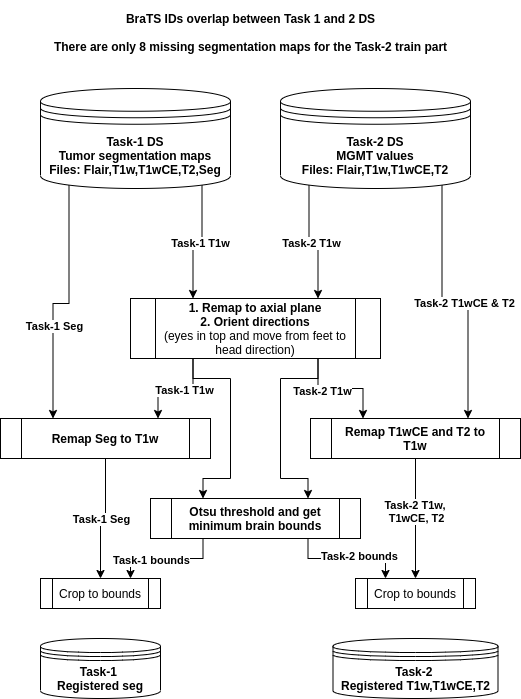
This is media/registering_process.png from jpjuvo/RSNA-MICCAI-Brain-Tumor-Classification, a draw.io export, as it was before one commit. Source tidied: cells renumbered, new cells last; positions are measured from the earlier drawing's top-left corner, leaving out a move shared by most shapes.
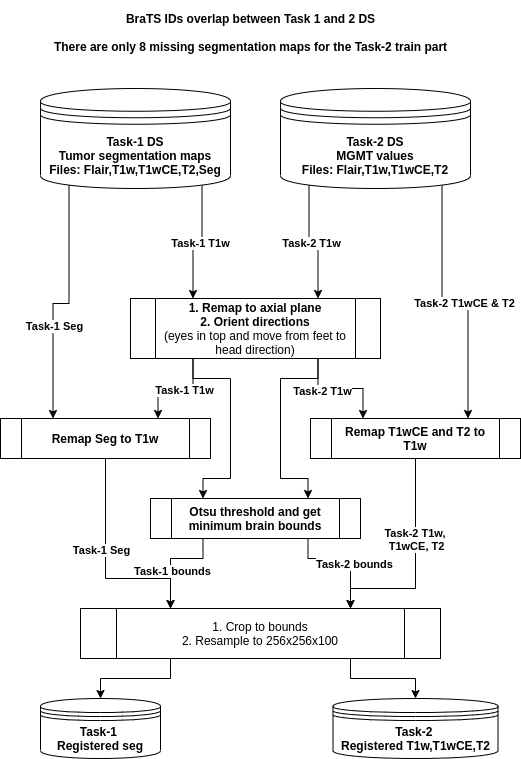
The same diagram one commit later.

Commit message:
Fixed registering process diagram

The edit, as a diff of the source:
```diff
@@ -64,8 +64,13 @@
     <mxCell id="17" value="&lt;b&gt;1. Remap to axial plane&lt;br&gt;2. Orient directions&lt;/b&gt;&lt;br&gt;(eyes in top and move from feet to head direction)" style="shape=process;whiteSpace=wrap;html=1;backgroundOutline=1;" parent="1" vertex="1">
       <mxGeometry x="130" y="290" width="250" height="60" as="geometry" />
     </mxCell>
-    <mxCell id="18" style="edgeStyle=orthogonalEdgeStyle;rounded=0;jettySize=auto;html=1;exitX=0.5;exitY=1;exitDx=0;exitDy=0;" parent="1" edge="1" source="20" target="29">
-      <mxGeometry relative="1" as="geometry" />
+    <mxCell id="18" style="edgeStyle=orthogonalEdgeStyle;rounded=0;jettySize=auto;html=1;exitX=0.5;exitY=1;exitDx=0;exitDy=0;entryX=0.25;entryY=0;entryDx=0;entryDy=0;" parent="1" edge="1" source="20" target="29">
+      <mxGeometry relative="1" as="geometry">
+        <Array as="points">
+          <mxPoint x="105" y="570" />
+          <mxPoint x="170" y="570" />
+        </Array>
+      </mxGeometry>
     </mxCell>
     <mxCell id="19" value="&lt;b&gt;Task-1 Seg&lt;/b&gt;" style="edgeLabel;html=1;align=center;verticalAlign=middle;" parent="18" vertex="1">
       <mxGeometry x="-0.32" y="2" relative="1" as="geometry">
@@ -75,23 +80,40 @@
     <mxCell id="20" value="&lt;b&gt;Remap Seg to T1w&lt;br&gt;&lt;/b&gt;" style="shape=process;whiteSpace=wrap;html=1;backgroundOutline=1;" parent="1" vertex="1">
       <mxGeometry y="410" width="210" height="40" as="geometry" />
     </mxCell>
-    <mxCell id="21" style="edgeStyle=orthogonalEdgeStyle;rounded=0;jettySize=auto;html=1;entryX=0.5;entryY=0;entryDx=0;entryDy=0;" parent="1" edge="1" source="23" target="30">
-      <mxGeometry relative="1" as="geometry" />
+    <mxCell id="21" style="edgeStyle=orthogonalEdgeStyle;rounded=0;jettySize=auto;html=1;entryX=0.75;entryY=0;entryDx=0;entryDy=0;" parent="1" edge="1" source="23" target="29">
+      <mxGeometry relative="1" as="geometry">
+        <Array as="points">
+          <mxPoint x="415" y="580" />
+          <mxPoint x="350" y="580" />
+        </Array>
+      </mxGeometry>
     </mxCell>
     <mxCell id="22" value="&lt;b&gt;Task-2 T1w, &lt;br&gt;T1wCE, T2&lt;/b&gt;" style="edgeLabel;html=1;align=center;verticalAlign=middle;" parent="21" vertex="1">
-      <mxGeometry x="-0.14" relative="1" as="geometry" />
+      <mxGeometry x="-0.14" relative="1" as="geometry">
+        <mxPoint y="-13" as="offset" />
+      </mxGeometry>
     </mxCell>
     <mxCell id="23" value="&lt;b&gt;Remap T1wCE and T2 to T1w&lt;br&gt;&lt;/b&gt;" style="shape=process;whiteSpace=wrap;html=1;backgroundOutline=1;" parent="1" vertex="1">
       <mxGeometry x="310" y="410" width="210" height="40" as="geometry" />
     </mxCell>
-    <mxCell id="24" style="edgeStyle=orthogonalEdgeStyle;rounded=0;jettySize=auto;html=1;exitX=0.25;exitY=1;exitDx=0;exitDy=0;entryX=0.75;entryY=0;entryDx=0;entryDy=0;" parent="1" edge="1" source="28" target="29">
-      <mxGeometry relative="1" as="geometry" />
+    <mxCell id="24" style="edgeStyle=orthogonalEdgeStyle;rounded=0;jettySize=auto;html=1;exitX=0.25;exitY=1;exitDx=0;exitDy=0;entryX=0.25;entryY=0;entryDx=0;entryDy=0;" parent="1" edge="1" source="28" target="29">
+      <mxGeometry relative="1" as="geometry">
+        <Array as="points">
+          <mxPoint x="203" y="550" />
+          <mxPoint x="170" y="550" />
+        </Array>
+      </mxGeometry>
     </mxCell>
     <mxCell id="25" value="Task-1 bounds" style="edgeLabel;html=1;align=center;verticalAlign=middle;fontStyle=1;" parent="24" vertex="1">
       <mxGeometry x="0.28" y="1" relative="1" as="geometry" />
     </mxCell>
-    <mxCell id="26" style="edgeStyle=orthogonalEdgeStyle;rounded=0;jettySize=auto;html=1;exitX=0.75;exitY=1;exitDx=0;exitDy=0;entryX=0.25;entryY=0;entryDx=0;entryDy=0;" parent="1" edge="1" source="28" target="30">
-      <mxGeometry relative="1" as="geometry" />
+    <mxCell id="26" style="edgeStyle=orthogonalEdgeStyle;rounded=0;jettySize=auto;html=1;exitX=0.75;exitY=1;exitDx=0;exitDy=0;entryX=0.75;entryY=0;entryDx=0;entryDy=0;" parent="1" edge="1" source="28" target="29">
+      <mxGeometry relative="1" as="geometry">
+        <Array as="points">
+          <mxPoint x="308" y="550" />
+          <mxPoint x="350" y="550" />
+        </Array>
+      </mxGeometry>
     </mxCell>
     <mxCell id="27" value="&lt;b&gt;Task-2 bounds&lt;/b&gt;" style="edgeLabel;html=1;align=center;verticalAlign=middle;" parent="26" vertex="1">
       <mxGeometry x="0.21" y="3" relative="1" as="geometry" />
@@ -99,17 +121,20 @@
     <mxCell id="28" value="&lt;b&gt;Otsu threshold and get minimum brain bounds&lt;br&gt;&lt;/b&gt;" style="shape=process;whiteSpace=wrap;html=1;backgroundOutline=1;" parent="1" vertex="1">
       <mxGeometry x="150" y="490" width="210" height="40" as="geometry" />
     </mxCell>
+    <mxCell id="33" style="edgeStyle=orthogonalEdgeStyle;rounded=0;jettySize=auto;html=1;exitX=0.25;exitY=1;exitDx=0;exitDy=0;entryX=0.5;entryY=0;entryDx=0;entryDy=0;" parent="1" edge="1" source="29" target="31">
+      <mxGeometry relative="1" as="geometry" />
+    </mxCell>
+    <mxCell id="34" style="edgeStyle=orthogonalEdgeStyle;rounded=0;jettySize=auto;html=1;exitX=0.75;exitY=1;exitDx=0;exitDy=0;entryX=0.5;entryY=0;entryDx=0;entryDy=0;" parent="1" edge="1" source="29" target="32">
+      <mxGeometry relative="1" as="geometry" />
+    </mxCell>
-    <mxCell id="29" value="Crop to bounds" style="shape=process;whiteSpace=wrap;html=1;backgroundOutline=1;" parent="1" vertex="1">
-      <mxGeometry x="40" y="570" width="120" height="30" as="geometry" />
+    <mxCell id="29" value="1. Crop to bounds&lt;br&gt;2. Resample to 256x256x100" style="shape=process;whiteSpace=wrap;html=1;backgroundOutline=1;" parent="1" vertex="1">
+      <mxGeometry x="80" y="600" width="360" height="50" as="geometry" />
     </mxCell>
-    <mxCell id="30" value="Crop to bounds" style="shape=process;whiteSpace=wrap;html=1;backgroundOutline=1;" parent="1" vertex="1">
-      <mxGeometry x="355" y="570" width="120" height="30" as="geometry" />
-    </mxCell>
     <mxCell id="31" value="&lt;b&gt;Task-1 &lt;br&gt;Registered seg&lt;/b&gt;" style="shape=datastore;whiteSpace=wrap;html=1;" parent="1" vertex="1">
-      <mxGeometry x="40" y="630" width="120" height="60" as="geometry" />
+      <mxGeometry x="40" y="690" width="120" height="60" as="geometry" />
     </mxCell>
     <mxCell id="32" value="&lt;b&gt;Task-2&amp;nbsp;&lt;br&gt;Registered T1w,T1wCE,T2&lt;/b&gt;" style="shape=datastore;whiteSpace=wrap;html=1;" parent="1" vertex="1">
-      <mxGeometry x="332.5" y="630" width="165" height="60" as="geometry" />
+      <mxGeometry x="332.5" y="690" width="165" height="60" as="geometry" />
     </mxCell>
   </root>
 </mxGraphModel>
```
